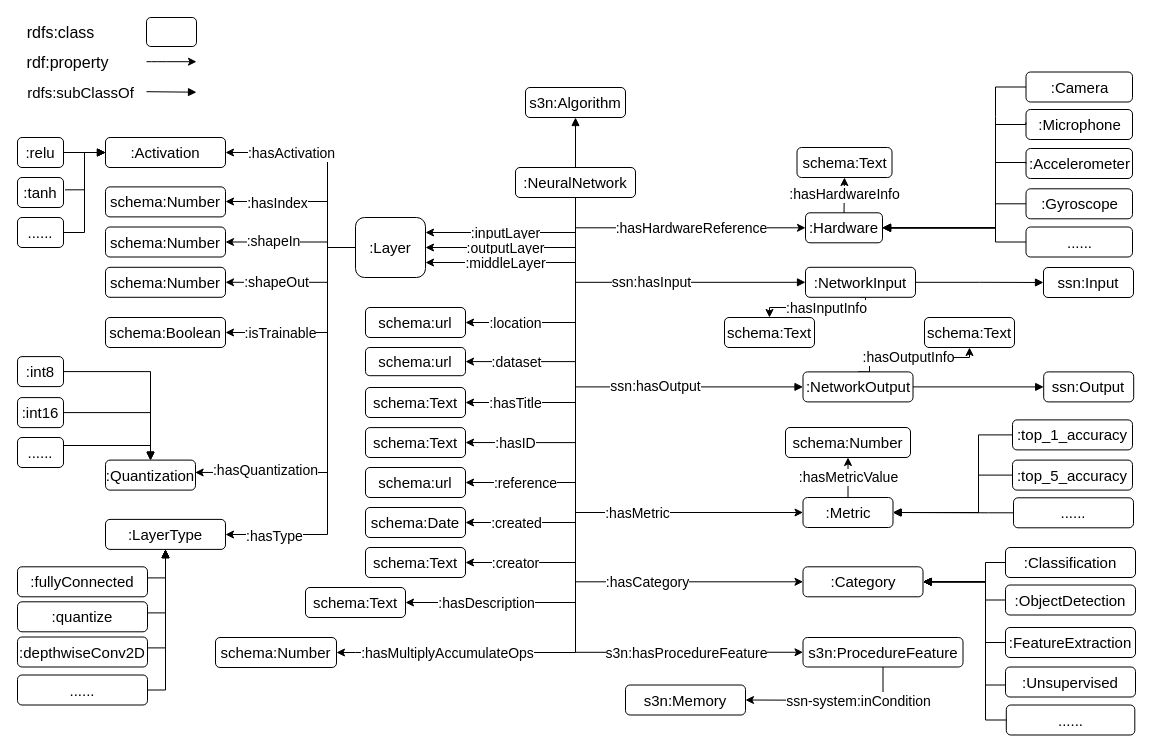
This is NN_tinyML.drawio from Haoyu-R/appendix, a draw.io file, before an edit. Source tidied: cells renumbered, new cells numbered last; positions are measured from the earlier drawing's top-left corner, leaving out a move shared by most shapes. Both pictures are drawn from the tidied source at 100%, with x=0, y=0 at pixel (17, 17).
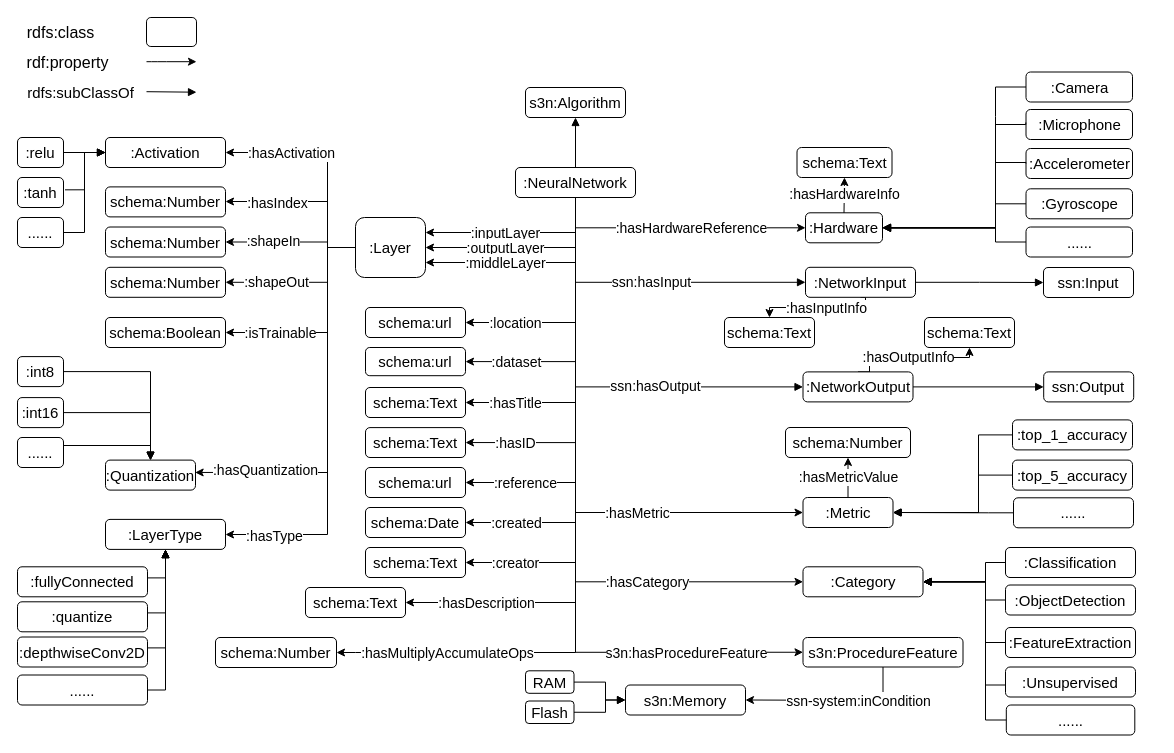
The same page after the edit.

The change refers to these unchanged cells:
```xml
<mxCell id="116" value="s3n:Memory" style="rounded=1;whiteSpace=wrap;html=1;fontSize=15;" parent="1" vertex="1">
  <mxGeometry x="608" y="667.5" width="120" height="30" as="geometry" />
</mxCell>
```

The edit, as a diff of the source:
```diff
@@
+    <mxCell id="129" value="Flash" style="rounded=1;whiteSpace=wrap;html=1;fontSize=15;" parent="1" vertex="1">
+      <mxGeometry x="508" y="683.5" width="48.5" height="22.5" as="geometry" />
+    </mxCell>
+    <mxCell id="130" value="RAM" style="rounded=1;whiteSpace=wrap;html=1;fontSize=15;" parent="1" vertex="1">
+      <mxGeometry x="508" y="653.3" width="48.5" height="22.5" as="geometry" />
+    </mxCell>
+    <mxCell id="131" style="edgeStyle=orthogonalEdgeStyle;rounded=0;jettySize=auto;html=1;endArrow=block;endFill=1;entryX=0;entryY=0.5;entryDx=0;entryDy=0;" parent="1" edge="1" source="130" target="116">
+      <mxGeometry relative="1" as="geometry">
+        <Array as="points">
+          <mxPoint x="588" y="665" />
+          <mxPoint x="588" y="683" />
+          <mxPoint x="608" y="683" />
+        </Array>
+      </mxGeometry>
+    </mxCell>
+    <mxCell id="132" style="edgeStyle=orthogonalEdgeStyle;rounded=0;jettySize=auto;html=1;endArrow=block;endFill=1;entryX=0;entryY=0.5;entryDx=0;entryDy=0;exitX=1;exitY=0.5;exitDx=0;exitDy=0;" parent="1" edge="1" source="129" target="116">
+      <mxGeometry relative="1" as="geometry">
+        <Array as="points">
+          <mxPoint x="588" y="695" />
+          <mxPoint x="588" y="682" />
+        </Array>
+      </mxGeometry>
+    </mxCell>
```
